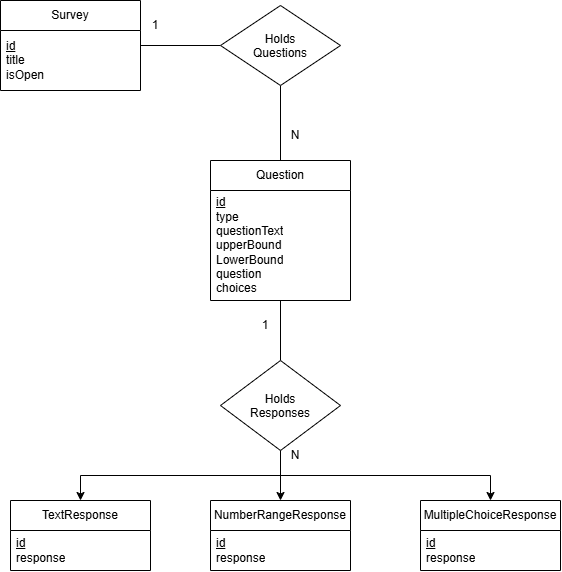
Before: temp_database_schema.png, a diagram exported from draw.io (elyssagrant/SYSC4806-Group-Project). Source tidied: cells renumbered, new cells last; positions are measured from the earlier drawing's top-left corner, leaving out a move shared by most shapes.
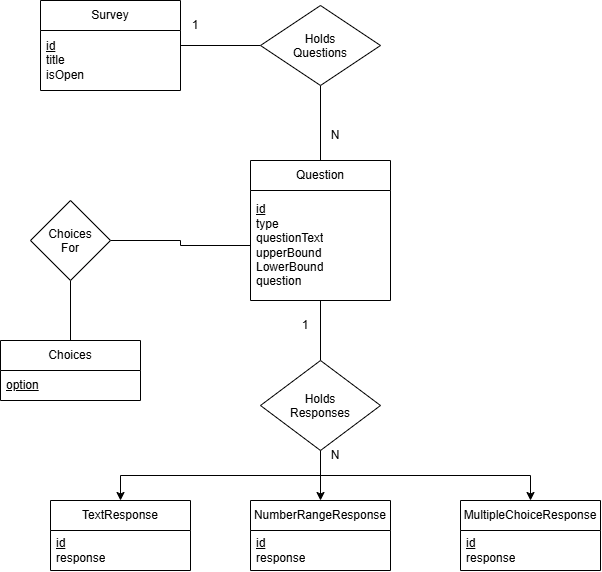
After the commit.

Commit message:
Added choices to the schema

What changed in the source:
```diff
@@ -23,7 +23,7 @@
     <mxCell id="8" value="Question" style="swimlane;fontStyle=0;horizontal=1;startSize=30;whiteSpace=wrap;html=1;" parent="1" vertex="1">
       <mxGeometry x="210" y="160" width="140" height="140" as="geometry" />
     </mxCell>
-    <mxCell id="9" value="&lt;u&gt;id&lt;/u&gt;&lt;div&gt;type&lt;/div&gt;&lt;div&gt;questionText&lt;/div&gt;&lt;div&gt;upperBound&lt;/div&gt;&lt;div&gt;LowerBound&lt;/div&gt;&lt;div&gt;question&lt;/div&gt;&lt;div&gt;choices&lt;/div&gt;" style="text;strokeColor=none;fillColor=none;align=left;verticalAlign=middle;spacingLeft=4;spacingRight=4;overflow=hidden;points=[[0,0.5],[1,0.5]];portConstraint=eastwest;whiteSpace=wrap;html=1;" parent="8" vertex="1">
+    <mxCell id="9" value="&lt;u&gt;id&lt;/u&gt;&lt;div&gt;type&lt;/div&gt;&lt;div&gt;questionText&lt;/div&gt;&lt;div&gt;upperBound&lt;/div&gt;&lt;div&gt;LowerBound&lt;/div&gt;&lt;div&gt;question&lt;/div&gt;" style="text;strokeColor=none;fillColor=none;align=left;verticalAlign=middle;spacingLeft=4;spacingRight=4;overflow=hidden;points=[[0,0.5],[1,0.5]];portConstraint=eastwest;whiteSpace=wrap;html=1;" parent="8" vertex="1">
       <mxGeometry y="30" width="140" height="110" as="geometry" />
     </mxCell>
     <mxCell id="10" value="1" style="text;html=1;whiteSpace=wrap;strokeColor=none;fillColor=none;align=center;verticalAlign=middle;rounded=0;" parent="1" vertex="1">
@@ -68,5 +68,20 @@
     <mxCell id="23" value="N" style="text;html=1;whiteSpace=wrap;strokeColor=none;fillColor=none;align=center;verticalAlign=middle;rounded=0;" parent="1" vertex="1">
       <mxGeometry x="290" y="440" width="10" height="30" as="geometry" />
     </mxCell>
+    <mxCell id="24" style="edgeStyle=orthogonalEdgeStyle;rounded=0;jettySize=auto;html=1;exitX=1;exitY=0.5;exitDx=0;exitDy=0;entryX=0;entryY=0.5;entryDx=0;entryDy=0;defaultLabelBackgroundColor=page;labelPadding=0 4;endArrow=none;endFill=0;" parent="1" edge="1" source="26" target="9">
+      <mxGeometry relative="1" as="geometry" />
+    </mxCell>
+    <mxCell id="25" style="edgeStyle=orthogonalEdgeStyle;rounded=0;jettySize=auto;html=1;exitX=0.5;exitY=1;exitDx=0;exitDy=0;entryX=0.5;entryY=0;entryDx=0;entryDy=0;defaultLabelBackgroundColor=page;labelPadding=0 4;endArrow=none;endFill=0;" parent="1" edge="1" source="26" target="27">
+      <mxGeometry relative="1" as="geometry" />
+    </mxCell>
+    <mxCell id="26" value="Choices For" style="rhombus;whiteSpace=wrap;html=1;shapeInside=1;" parent="1" vertex="1">
+      <mxGeometry x="-10" y="200" width="80" height="80" as="geometry" />
+    </mxCell>
+    <mxCell id="27" value="Choices" style="swimlane;fontStyle=0;horizontal=1;startSize=30;whiteSpace=wrap;html=1;" parent="1" vertex="1">
+      <mxGeometry x="-40" y="340" width="140" height="60" as="geometry" />
+    </mxCell>
+    <mxCell id="28" value="&lt;u&gt;option&lt;/u&gt;" style="text;strokeColor=none;fillColor=none;align=left;verticalAlign=middle;spacingLeft=4;spacingRight=4;overflow=hidden;whiteSpace=wrap;html=1;" parent="27" vertex="1">
+      <mxGeometry y="30" width="140" height="30" as="geometry" />
+    </mxCell>
   </root>
 </mxGraphModel>
```
